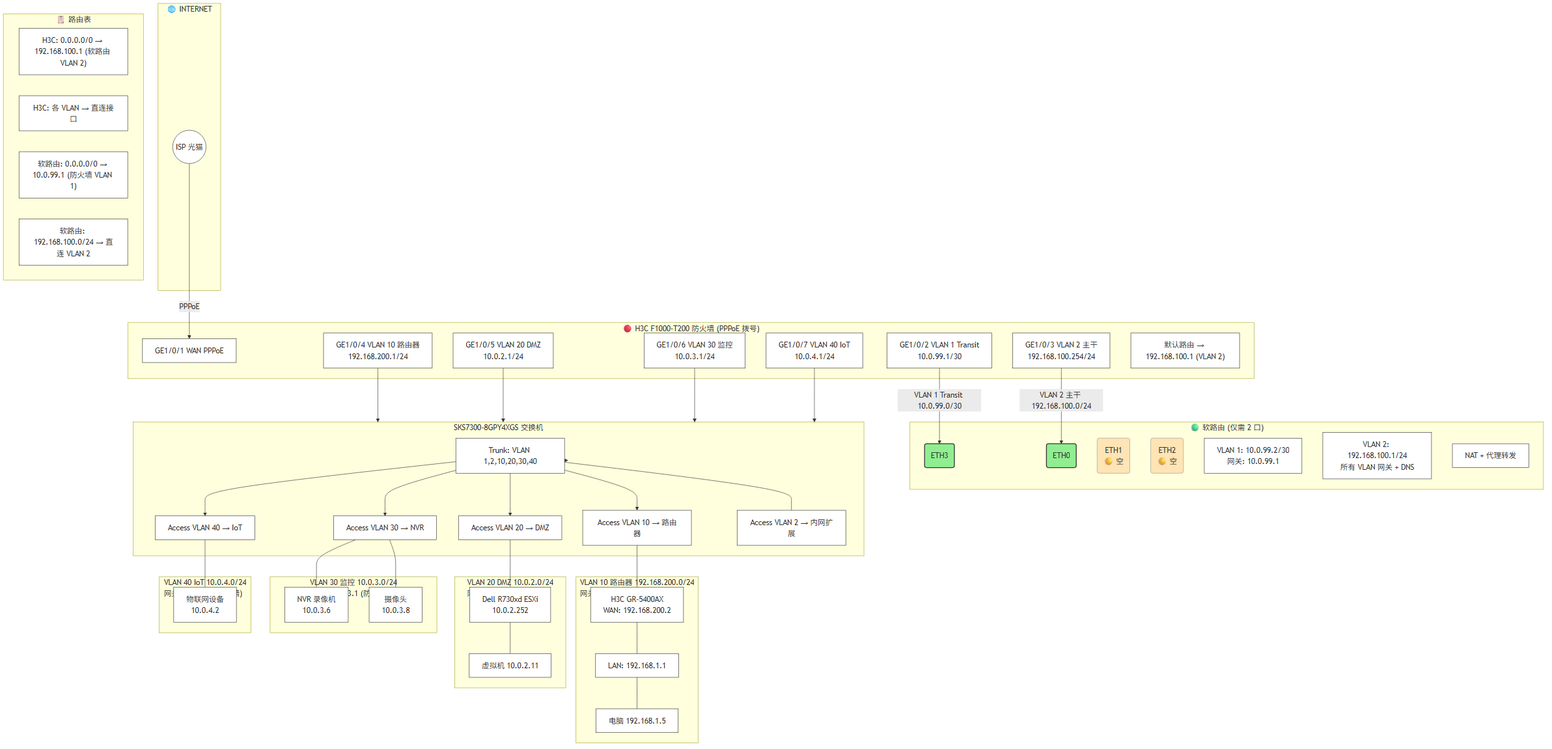
never-give-up-cn/myhome keeps this Mermaid diagram as source/img/topo-full.png. Above is the earlier version. Its source is kept beside it as source/img/topo-full.mmd.
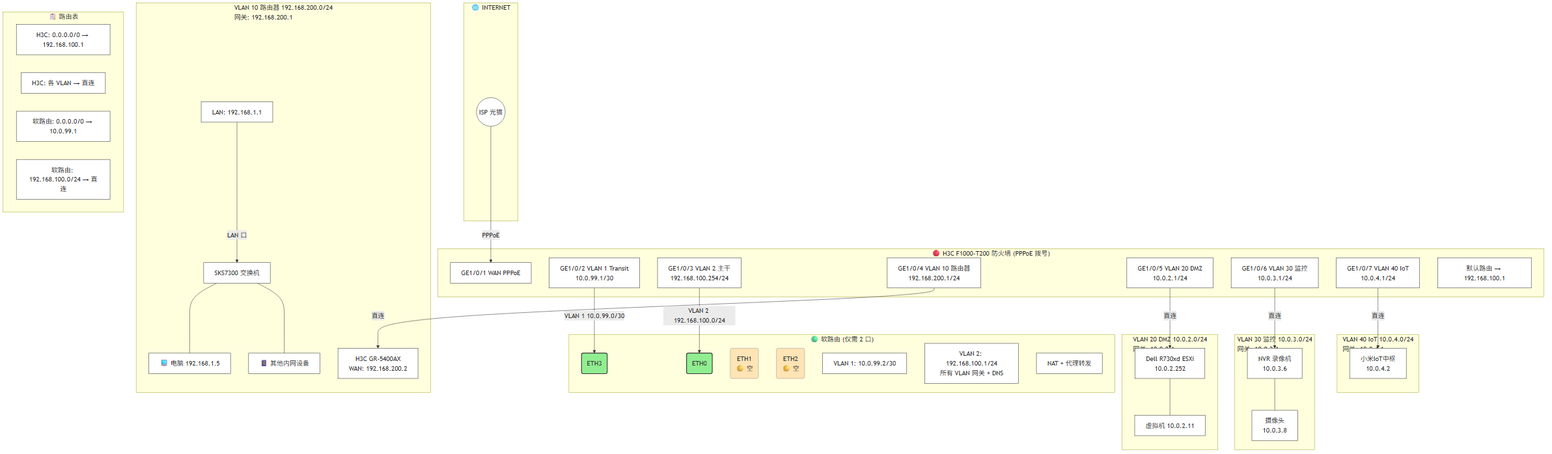
Above is the later version.

Commit message:
fix: 更新拓扑图显示防火墙直连设备

Change to the diagram source:
```diff
@@ -11,7 +11,7 @@
         GE5["GE1/0/5 VLAN 20 DMZ<br/>10.0.2.1/24"]
         GE6["GE1/0/6 VLAN 30 监控<br/>10.0.3.1/24"]
         GE7["GE1/0/7 VLAN 40 IoT<br/>10.0.4.1/24"]
-        FIREWALL_ROUTE["默认路由 → 192.168.100.1 (VLAN 2)"]
+        FW_R["默认路由 → 192.168.100.1"]
     end
 
     subgraph SR["🟢 软路由 (仅需 2 口)"]
@@ -19,68 +19,51 @@
         ETH0("ETH0"):::port
         ETH1("ETH1<br/>🟡 空"):::port_idle
         ETH2("ETH2<br/>🟡 空"):::port_idle
-        SR_WAN["VLAN 1: 10.0.99.2/30<br/>网关: 10.0.99.1"]
+        SR_WAN["VLAN 1: 10.0.99.2/30"]
         SR_LAN["VLAN 2: 192.168.100.1/24<br/>所有 VLAN 网关 + DNS"]
         SR_NAT["NAT + 代理转发"]
     end
 
-    subgraph SW["SKS7300-8GPY4XGS 交换机"]
-        direction TB
-        TRUNK["Trunk: VLAN 1,2,10,20,30,40"]
-        P10["Access VLAN 10 → 路由器"]
-        P20["Access VLAN 20 → DMZ"]
-        P30["Access VLAN 30 → NVR"]
-        P40["Access VLAN 40 → IoT"]
-        P_LAN["Access VLAN 2 → 内网扩展"]
+    subgraph VLAN10["VLAN 10 路由器 192.168.200.0/24<br/>网关: 192.168.200.1"]
+        R2["H3C GR-5400AX<br/>WAN: 192.168.200.2"]
+        R2_LAN["LAN: 192.168.1.1"]
+        SW["SKS7300 交换机"]
+        PC["💻 电脑 192.168.1.5"]
+        OTHER["📱 其他内网设备"]
     end
 
-    subgraph VLAN10["VLAN 10 路由器 192.168.200.0/24<br/>网关: 192.168.200.1 (防火墙)"]
-        R2["H3C GR-5400AX<br/>WAN: 192.168.200.2"]
-        R2_LAN["LAN: 192.168.1.1"]
-        PC["电脑 192.168.1.5"]
-    end
-
-    subgraph VLAN20["VLAN 20 DMZ 10.0.2.0/24<br/>网关: 10.0.2.1 (防火墙)"]
+    subgraph VLAN20["VLAN 20 DMZ 10.0.2.0/24<br/>网关: 10.0.2.1"]
         R730xd["Dell R730xd ESXi<br/>10.0.2.252"]
         VM["虚拟机 10.0.2.11"]
     end
 
-    subgraph VLAN30["VLAN 30 监控 10.0.3.0/24<br/>网关: 10.0.3.1 (防火墙)"]
+    subgraph VLAN30["VLAN 30 监控 10.0.3.0/24<br/>网关: 10.0.3.1"]
         NVR["NVR 录像机<br/>10.0.3.6"]
         CAM["摄像头<br/>10.0.3.8"]
     end
 
-    subgraph VLAN40["VLAN 40 IoT 10.0.4.0/24<br/>网关: 10.0.4.1 (防火墙)"]
-        IOT_DEV["物联网设备<br/>10.0.4.2"]
+    subgraph VLAN40["VLAN 40 IoT 10.0.4.0/24<br/>网关: 10.0.4.1"]
+        IOT["小米IoT中枢<br/>10.0.4.2"]
     end
 
     ISP -->|"PPPoE"| GE1
-    GE2 -->|"VLAN 1 Transit 10.0.99.0/30"| ETH3
-    GE3 -->|"VLAN 2 主干 192.168.100.0/24"| ETH0
-    GE4 --> SW
-    GE5 --> SW
-    GE6 --> SW
-    GE7 --> SW
-    SW --> TRUNK
-    TRUNK --> P10
-    TRUNK --> P20
-    TRUNK --> P30
-    TRUNK --> P40
-    TRUNK --- P_LAN
-    P10 --- R2
-    R2 --- R2_LAN
-    R2_LAN --- PC
-    P20 --- R730xd
+    GE2 -->|"VLAN 1 10.0.99.0/30"| ETH3
+    GE3 -->|"VLAN 2 192.168.100.0/24"| ETH0
+    GE4 -->|"直连"| R2
+    GE5 -->|"直连"| R730xd
+    GE6 -->|"直连"| NVR
+    GE7 -->|"直连"| IOT
+    R2_LAN -->|"LAN 口"| SW
+    SW --- PC
+    SW --- OTHER
     R730xd --- VM
-    P30 --- NVR
-    P30 --- CAM
-    P40 --- IOT_DEV
+    NVR --- CAM
 
     subgraph ROUTES["📋 路由表"]
-        H1["H3C: 0.0.0.0/0 → 192.168.100.1 (软路由 VLAN 2)"]
-        H2["H3C: 各 VLAN → 直连接口"]
-        S1["软路由: 0.0.0.0/0 → 10.0.99.1 (防火墙 VLAN 1)"]
-        S2["软路由: 192.168.100.0/24 → 直连 VLAN 2"]
+        H1["H3C: 0.0.0.0/0 → 192.168.100.1"]
+        H2["H3C: 各 VLAN → 直连"]
+        S1["软路由: 0.0.0.0/0 → 10.0.99.1"]
+        S2["软路由: 192.168.100.0/24 → 直连"]
     end
 
     classDef port fill:#90EE90,stroke:#333,stroke-width:2
```
